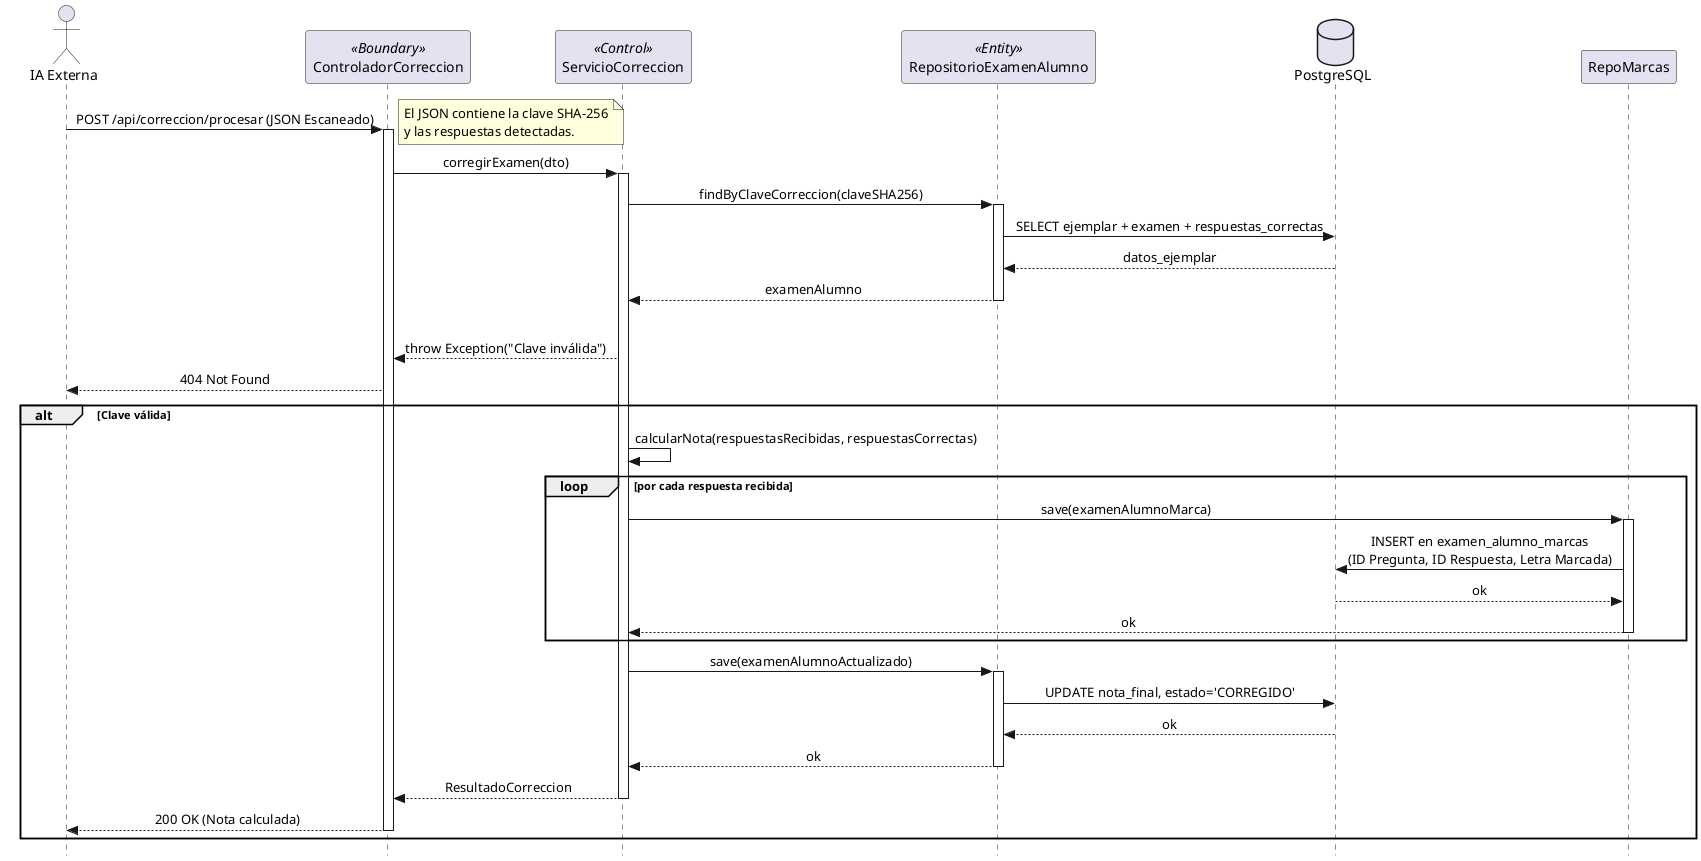
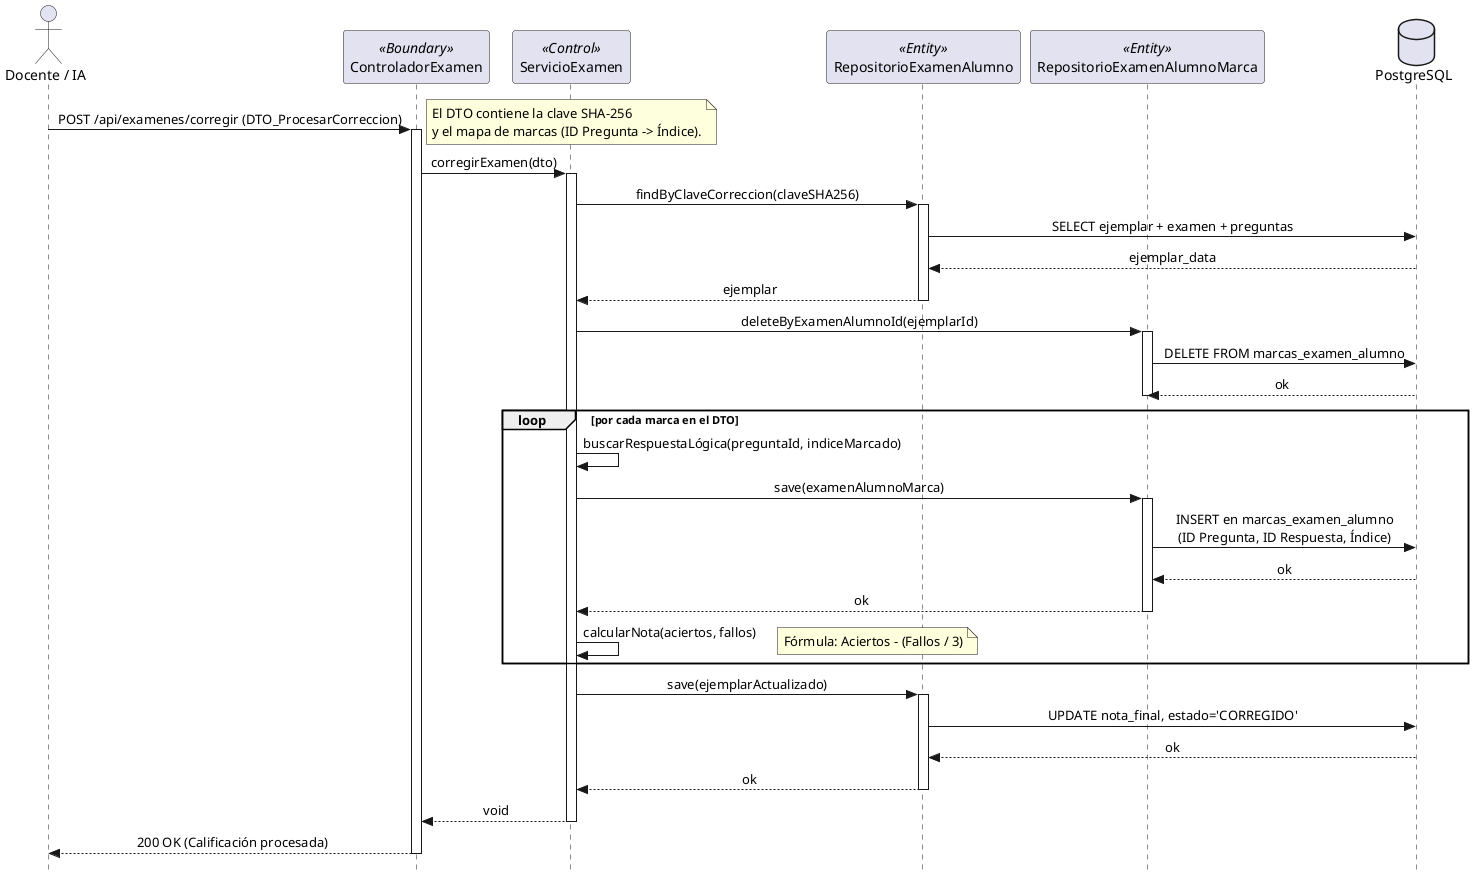
@startuml secuencia-cu01-corregir-examen
skinparam style strictuml
skinparam sequenceMessageAlign center

- actor "IA Externa" as IA
- participant "ControladorCorreccion" as Boundary <<Boundary>>
- participant "ServicioCorreccion" as Control <<Control>>
+ actor "Docente / IA" as Actor
+ participant "ControladorExamen" as Boundary <<Boundary>>
+ participant "ServicioExamen" as Control <<Control>>
participant "RepositorioExamenAlumno" as RepoExAl <<Entity>>
+ participant "RepositorioExamenAlumnoMarca" as RepoMarcas <<Entity>>
database "PostgreSQL" as DB

- IA -> Boundary : POST /api/correccion/procesar (JSON Escaneado)
+ Actor -> Boundary : POST /api/examenes/corregir (DTO_ProcesarCorreccion)
activate Boundary
- note right: El JSON contiene la clave SHA-256\ny las respuestas detectadas.
+ note right: El DTO contiene la clave SHA-256\ny el mapa de marcas (ID Pregunta -> Índice).

Boundary -> Control : corregirExamen(dto)
activate Control

Control -> RepoExAl : findByClaveCorreccion(claveSHA256)
activate RepoExAl
- RepoExAl -> DB : SELECT ejemplar + examen + respuestas_correctas
- DB --> RepoExAl : datos_ejemplar
- RepoExAl --> Control : examenAlumno
+ RepoExAl -> DB : SELECT ejemplar + examen + preguntas
+ DB --> RepoExAl : ejemplar_data
+ RepoExAl --> Control : ejemplar
deactivate RepoExAl

- alt Clave no encontrada
-     Control --> Boundary : throw Exception("Clave inválida")
-     Boundary --> IA : 404 Not Found
- alt Clave válida
-     Control -> Control : calcularNota(respuestasRecibidas, respuestasCorrectas)
+ Control -> RepoMarcas : deleteByExamenAlumnoId(ejemplarId)
+ activate RepoMarcas
+ RepoMarcas -> DB : DELETE FROM marcas_examen_alumno
+ DB --> RepoMarcas : ok
+ deactivate RepoMarcas

-     loop por cada respuesta recibida
-         Control -> RepoMarcas : save(examenAlumnoMarca)
-         activate RepoMarcas
-         RepoMarcas -> DB : INSERT en examen_alumno_marcas\n(ID Pregunta, ID Respuesta, Letra Marcada)
-         DB --> RepoMarcas : ok
-         RepoMarcas --> Control : ok
-         deactivate RepoMarcas
-     end
+ loop por cada marca en el DTO
+     Control -> Control : buscarRespuestaLógica(preguntaId, indiceMarcado)

-     Control -> RepoExAl : save(examenAlumnoActualizado)
-     activate RepoExAl
-     RepoExAl -> DB : UPDATE nota_final, estado='CORREGIDO'
-     DB --> RepoExAl : ok
-     RepoExAl --> Control : ok
-     deactivate RepoExAl
+     Control -> RepoMarcas : save(examenAlumnoMarca)
+     activate RepoMarcas
+     RepoMarcas -> DB : INSERT en marcas_examen_alumno\n(ID Pregunta, ID Respuesta, Índice)
+     DB --> RepoMarcas : ok
+     RepoMarcas --> Control : ok
+     deactivate RepoMarcas

-     Control --> Boundary : ResultadoCorreccion
-     deactivate Control
- 
-     Boundary --> IA : 200 OK (Nota calculada)
-     deactivate Boundary
+     Control -> Control : calcularNota(aciertos, fallos)
+     note right: Fórmula: Aciertos - (Fallos / 3)
end

+ Control -> RepoExAl : save(ejemplarActualizado)
+ activate RepoExAl
+ RepoExAl -> DB : UPDATE nota_final, estado='CORREGIDO'
+ DB --> RepoExAl : ok
+ RepoExAl --> Control : ok
+ deactivate RepoExAl
+ 
+ Control --> Boundary : void
+ deactivate Control
+ 
+ Boundary --> Actor : 200 OK (Calificación procesada)
+ deactivate Boundary
+ 
@enduml
